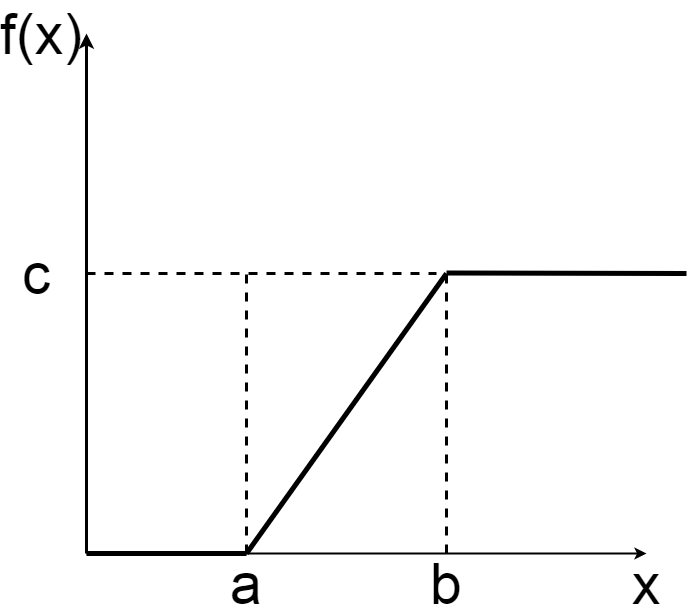
The draw.io diagram Gr2.png in ArseniyIFMO/TEX, before a commit. Source tidied: cells renumbered, new cells last; positions are measured from the earlier drawing's top-left corner, leaving out a move shared by most shapes. Its diagram source:
```xml
<mxGraphModel>
  <root>
    <mxCell id="0" />
    <mxCell id="1" parent="0" />
    <mxCell id="2" style="endArrow=classic;html=1;fontSize=35;strokeWidth=3;" parent="1" edge="1">
      <mxGeometry relative="1" as="geometry">
        <mxPoint x="60" y="530" as="sourcePoint" />
        <mxPoint x="60" y="10" as="targetPoint" />
      </mxGeometry>
    </mxCell>
    <mxCell id="3" style="endArrow=classic;html=1;fontSize=35;strokeWidth=2;" parent="1" edge="1">
      <mxGeometry relative="1" as="geometry">
        <mxPoint x="60" y="530" as="sourcePoint" />
        <mxPoint x="620" y="530" as="targetPoint" />
      </mxGeometry>
    </mxCell>
    <mxCell id="4" style="endArrow=none;html=1;fontSize=35;strokeWidth=5;" parent="1" edge="1">
      <mxGeometry relative="1" as="geometry">
        <mxPoint x="220" y="530" as="sourcePoint" />
        <mxPoint x="420" y="250" as="targetPoint" />
      </mxGeometry>
    </mxCell>
    <mxCell id="5" style="endArrow=none;dashed=1;html=1;jumpSize=12;fontSize=35;strokeWidth=3;" parent="1" edge="1">
      <mxGeometry relative="1" as="geometry">
        <mxPoint x="220" y="530" as="sourcePoint" />
        <mxPoint x="220" y="250" as="targetPoint" />
      </mxGeometry>
    </mxCell>
    <mxCell id="6" style="endArrow=none;dashed=1;html=1;fontSize=35;strokeWidth=3;" parent="1" edge="1">
      <mxGeometry relative="1" as="geometry">
        <mxPoint x="420" y="530" as="sourcePoint" />
        <mxPoint x="420" y="250" as="targetPoint" />
      </mxGeometry>
    </mxCell>
    <mxCell id="7" style="endArrow=none;dashed=1;html=1;jumpSize=12;fontSize=35;strokeWidth=3;" parent="1" edge="1">
      <mxGeometry relative="1" as="geometry">
        <mxPoint x="60" y="250" as="sourcePoint" />
        <mxPoint x="410" y="250" as="targetPoint" />
      </mxGeometry>
    </mxCell>
    <mxCell id="8" value="a" style="text;html=1;align=center;verticalAlign=middle;fillColor=none;strokeColor=none;rounded=0;fontSize=57;strokeWidth=5;" parent="1" vertex="1">
      <mxGeometry x="210" y="550" width="20" height="20" as="geometry" />
    </mxCell>
    <mxCell id="9" value="b" style="text;html=1;align=center;verticalAlign=middle;fillColor=none;strokeColor=none;rounded=0;fontSize=57;strokeWidth=5;" parent="1" vertex="1">
      <mxGeometry x="410" y="550" width="20" height="20" as="geometry" />
    </mxCell>
    <mxCell id="10" value="c" style="text;html=1;align=center;verticalAlign=middle;fillColor=none;strokeColor=none;rounded=0;fontSize=57;strokeWidth=5;" parent="1" vertex="1">
      <mxGeometry y="240" width="20" height="20" as="geometry" />
    </mxCell>
    <mxCell id="11" value="x" style="text;html=1;align=center;verticalAlign=middle;fillColor=none;strokeColor=none;rounded=0;fontSize=57;strokeWidth=5;" parent="1" vertex="1">
      <mxGeometry x="610" y="550" width="20" height="20" as="geometry" />
    </mxCell>
    <mxCell id="12" value="f(x)" style="text;html=1;align=center;verticalAlign=middle;fillColor=none;strokeColor=none;rounded=0;fontSize=57;strokeWidth=5;" parent="1" vertex="1">
      <mxGeometry width="30" height="20" as="geometry" />
    </mxCell>
    <mxCell id="13" style="endArrow=none;html=1;strokeWidth=5;endFill=0;" parent="1" edge="1">
      <mxGeometry relative="1" as="geometry">
        <mxPoint x="60" y="530" as="sourcePoint" />
        <mxPoint x="220" y="530" as="targetPoint" />
      </mxGeometry>
    </mxCell>
    <mxCell id="14" style="endArrow=none;html=1;strokeWidth=5;endFill=0;" parent="1" edge="1">
      <mxGeometry relative="1" as="geometry">
        <mxPoint x="420" y="249.5" as="sourcePoint" />
        <mxPoint x="660" y="250" as="targetPoint" />
      </mxGeometry>
    </mxCell>
  </root>
</mxGraphModel>
```
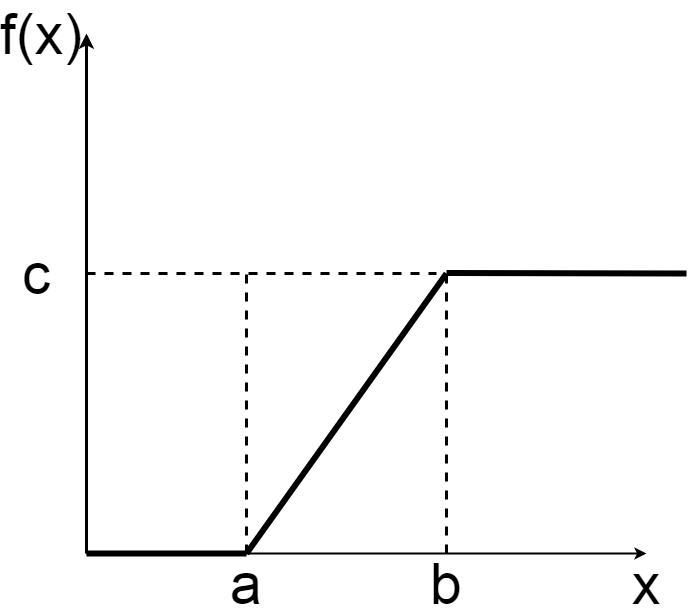
The same file after the commit.

Diff of the diagram source:
```diff
@@ -14,7 +14,7 @@
         <mxPoint x="620" y="530" as="targetPoint" />
       </mxGeometry>
     </mxCell>
-    <mxCell id="4" style="endArrow=none;html=1;fontSize=35;strokeWidth=5;" parent="1" edge="1">
+    <mxCell id="4" style="endArrow=none;html=1;fontSize=35;strokeWidth=6;" parent="1" edge="1">
       <mxGeometry relative="1" as="geometry">
         <mxPoint x="220" y="530" as="sourcePoint" />
         <mxPoint x="420" y="250" as="targetPoint" />
@@ -53,13 +53,13 @@
     <mxCell id="12" value="f(x)" style="text;html=1;align=center;verticalAlign=middle;fillColor=none;strokeColor=none;rounded=0;fontSize=57;strokeWidth=5;" parent="1" vertex="1">
       <mxGeometry width="30" height="20" as="geometry" />
     </mxCell>
-    <mxCell id="13" style="endArrow=none;html=1;strokeWidth=5;endFill=0;" parent="1" edge="1">
+    <mxCell id="13" style="endArrow=none;html=1;strokeWidth=6;endFill=0;" parent="1" edge="1">
       <mxGeometry relative="1" as="geometry">
         <mxPoint x="60" y="530" as="sourcePoint" />
         <mxPoint x="220" y="530" as="targetPoint" />
       </mxGeometry>
     </mxCell>
-    <mxCell id="14" style="endArrow=none;html=1;strokeWidth=5;endFill=0;" parent="1" edge="1">
+    <mxCell id="14" style="endArrow=none;html=1;strokeWidth=6;endFill=0;" parent="1" edge="1">
       <mxGeometry relative="1" as="geometry">
         <mxPoint x="420" y="249.5" as="sourcePoint" />
         <mxPoint x="660" y="250" as="targetPoint" />
```
